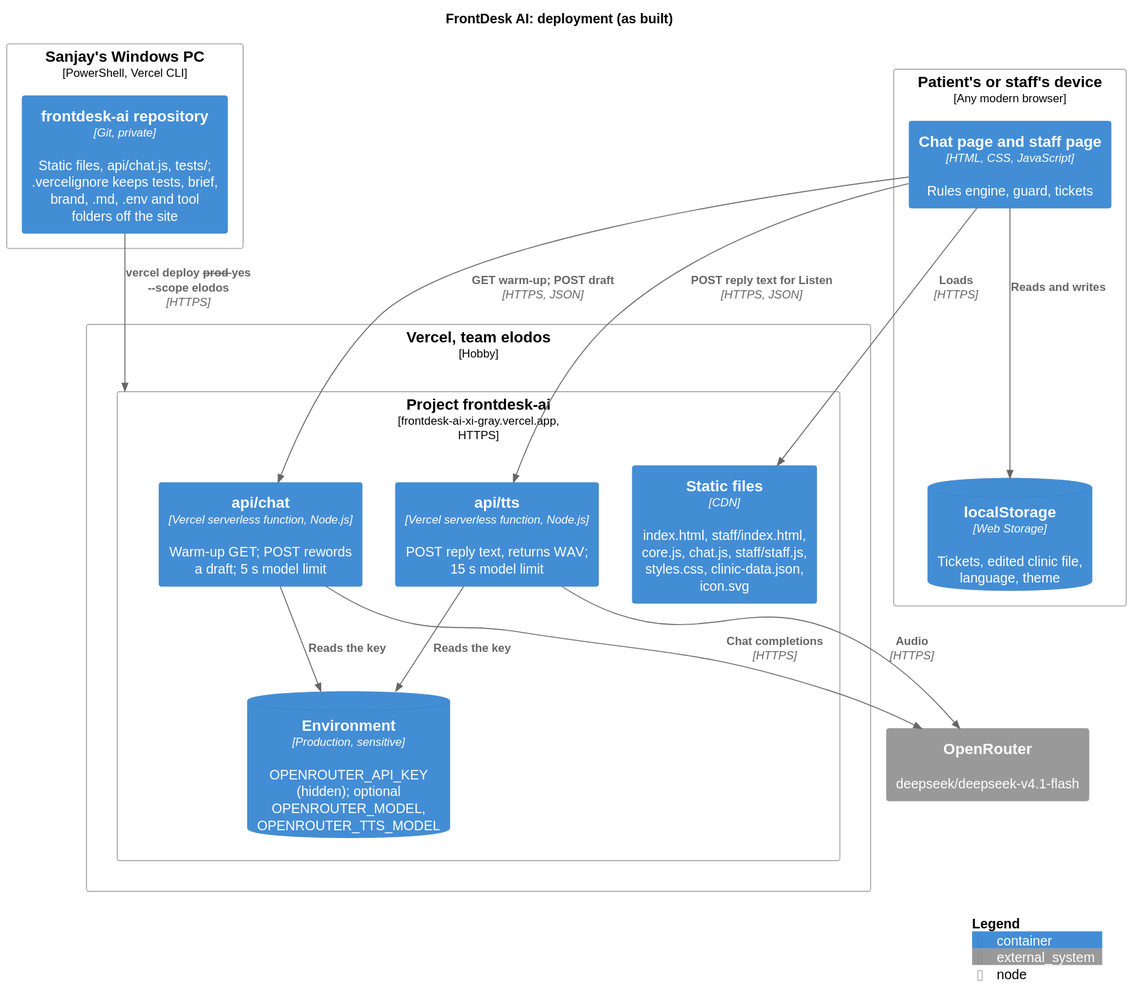
Before: docs/diagrams/deployment.svg, a diagram exported from PlantUML (karwasanjay007/frontdesk-ai-docs).
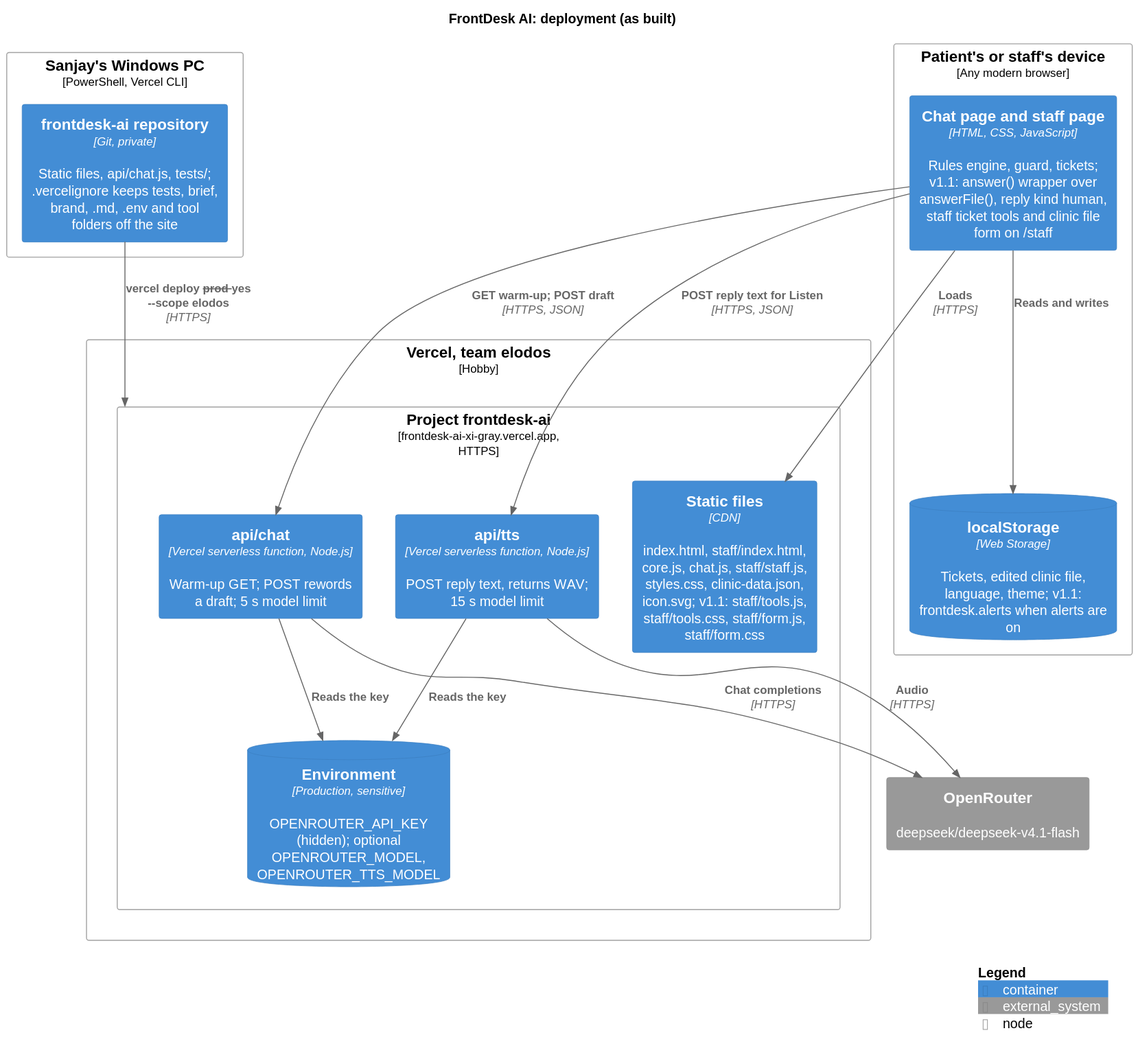
After the change.

Commit message:
Diagrams for version 1.1.0.0: container, component and deployment show the staff add-ons, the engine wrapper and the new files

Diff of the diagram source:
```diff
@@ -8,7 +8,7 @@
 
 Deployment_Node(vercel, "Vercel, team elodos", "Hobby") {
   Deployment_Node(proj, "Project frontdesk-ai", "frontdesk-ai-xi-gray.vercel.app, HTTPS") {
-    Container(static, "Static files", "CDN", "index.html, staff/index.html, core.js, chat.js, staff/staff.js, styles.css, clinic-data.json, icon.svg")
+    Container(static, "Static files", "CDN", "index.html, staff/index.html, core.js, chat.js, staff/staff.js, styles.css, clinic-data.json, icon.svg; v1.1: staff/tools.js, staff/tools.css, staff/form.js, staff/form.css")
     Container(fn, "api/chat", "Vercel serverless function, Node.js", "Warm-up GET; POST rewords a draft; 5 s model limit")
     Container(tts, "api/tts", "Vercel serverless function, Node.js", "POST reply text, returns WAV; 15 s model limit")
     ContainerDb(env, "Environment", "Production, sensitive", "OPENROUTER_API_KEY (hidden); optional OPENROUTER_MODEL, OPENROUTER_TTS_MODEL")
@@ -16,8 +16,8 @@
 }
 
 Deployment_Node(device, "Patient's or staff's device", "Any modern browser") {
-  Container(pages, "Chat page and staff page", "HTML, CSS, JavaScript", "Rules engine, guard, tickets")
-  ContainerDb(ls, "localStorage", "Web Storage", "Tickets, edited clinic file, language, theme")
+  Container(pages, "Chat page and staff page", "HTML, CSS, JavaScript", "Rules engine, guard, tickets; v1.1: answer() wrapper over answerFile(), reply kind human, staff ticket tools and clinic file form on /staff")
+  ContainerDb(ls, "localStorage", "Web Storage", "Tickets, edited clinic file, language, theme; v1.1: frontdesk.alerts when alerts are on")
 }
 
 System_Ext(openrouter, "OpenRouter", "deepseek/deepseek-v4.1-flash")
```
